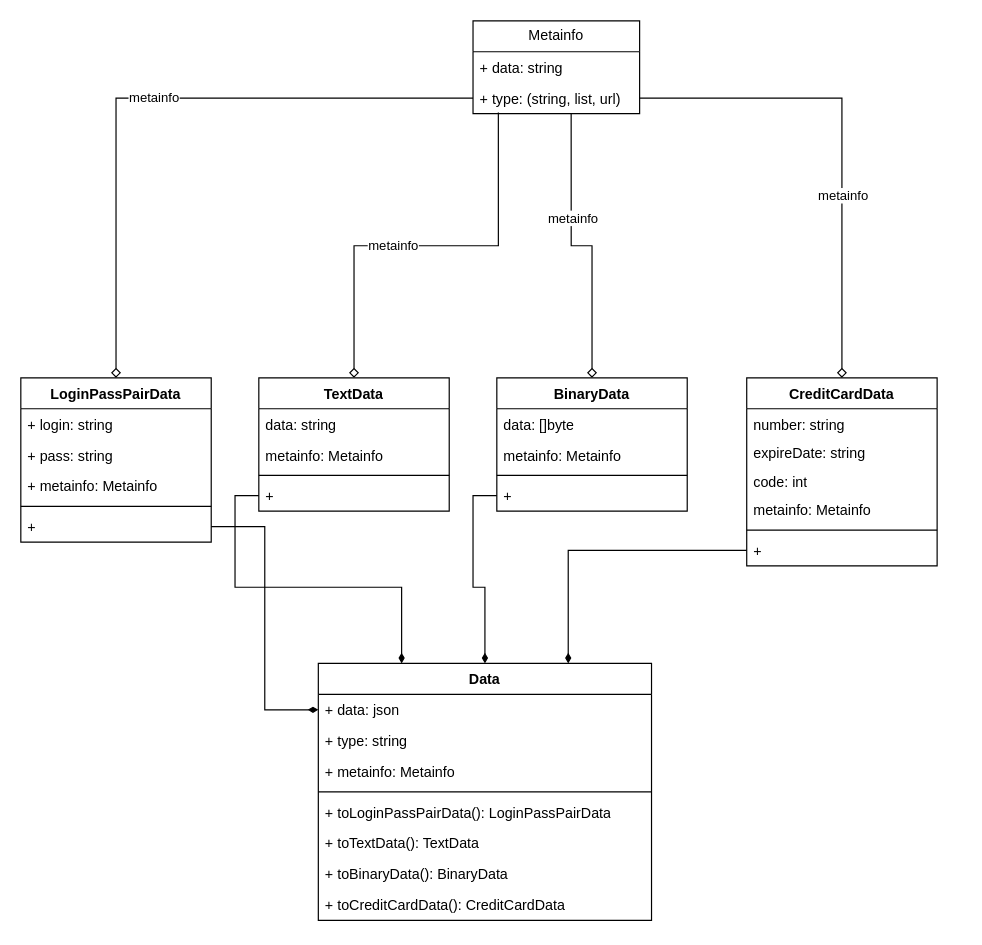
The draw.io diagram page "domain" (2 of 2) of drawio/kanban.drawio in ilya372317/keeper-pass, before the edit. Source tidied: cells renumbered, new cells numbered last; positions are measured from the earlier drawing's top-left corner, leaving out a move shared by most shapes. Both pictures are drawn from the tidied source at 119%, with x=0, y=0 at pixel (20, 20).
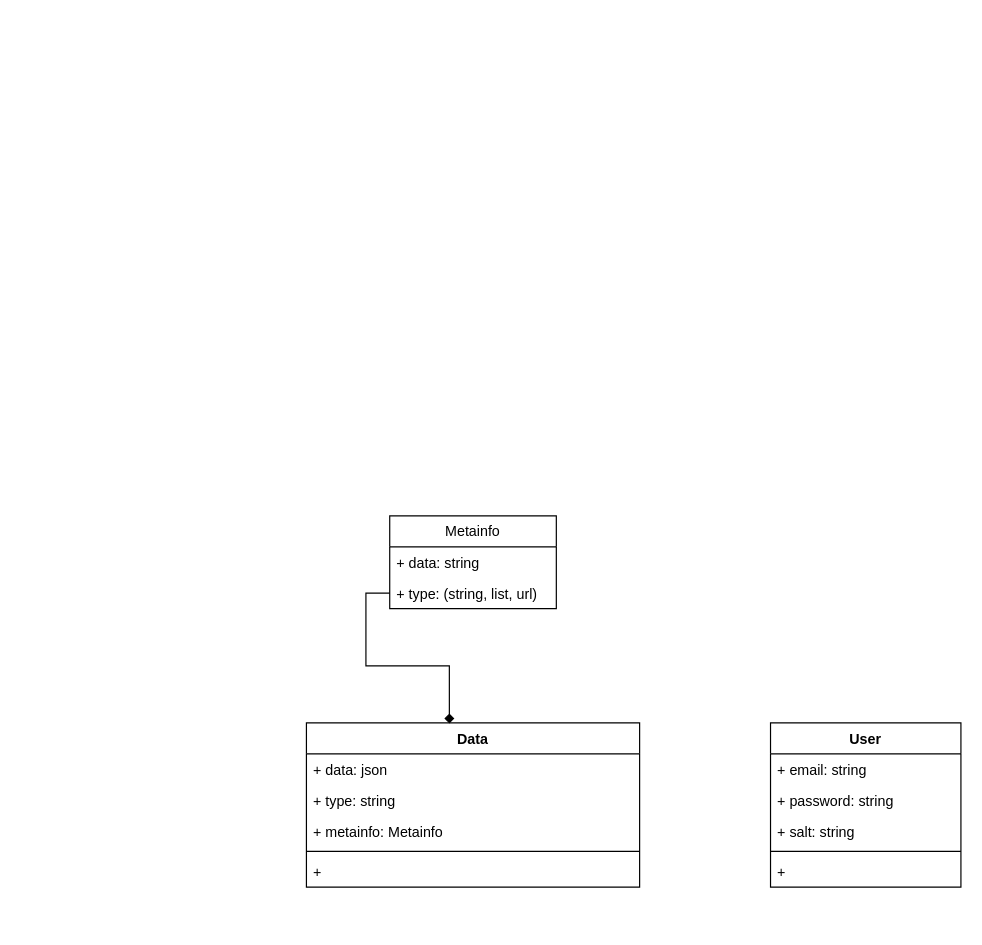
The same diagram, later.

Commit message:
feat: add user description

Unchanged cells that the change refers to:
```xml
<mxCell id="8" value="+ type: (string, list, url)" style="text;strokeColor=none;fillColor=none;align=left;verticalAlign=top;spacingLeft=4;spacingRight=4;overflow=hidden;points=[[0,0.5],[1,0.5]];portConstraint=eastwest;whiteSpace=wrap;html=1;" parent="6" vertex="1">
  <mxGeometry y="52" width="140" height="26" as="geometry" />
</mxCell>
<mxCell id="36" value="+ data: json" style="text;strokeColor=none;fillColor=none;align=left;verticalAlign=top;spacingLeft=4;spacingRight=4;overflow=hidden;points=[[0,0.5],[1,0.5]];portConstraint=eastwest;whiteSpace=wrap;html=1;" parent="35" vertex="1">
  <mxGeometry y="26" width="280" height="26" as="geometry" />
</mxCell>
```

Diff of the diagram source:
```diff
@@
-    <mxCell id="2" style="edgeStyle=orthogonalEdgeStyle;rounded=0;jettySize=auto;html=1;exitX=0.152;exitY=0.964;exitDx=0;exitDy=0;exitPerimeter=0;endArrow=diamond;endFill=0;" parent="1" edge="1" source="8" target="16">
-      <mxGeometry relative="1" as="geometry" />
-    </mxCell>
-    <mxCell id="3" value="metainfo" style="edgeLabel;html=1;align=center;verticalAlign=middle;" parent="2" vertex="1">
-      <mxGeometry x="0.17" y="-1" relative="1" as="geometry" />
-    </mxCell>
-    <mxCell id="4" style="edgeStyle=orthogonalEdgeStyle;rounded=0;jettySize=auto;html=1;entryX=0.5;entryY=0;entryDx=0;entryDy=0;exitX=0.589;exitY=1.009;exitDx=0;exitDy=0;exitPerimeter=0;endArrow=diamond;endFill=0;" parent="1" edge="1" source="8" target="21">
-      <mxGeometry relative="1" as="geometry" />
-    </mxCell>
-    <mxCell id="5" value="metainfo" style="edgeLabel;html=1;align=center;verticalAlign=middle;" parent="4" vertex="1">
-      <mxGeometry x="-0.27" y="1" relative="1" as="geometry" />
-    </mxCell>
     <mxCell id="6" value="Metainfo" style="swimlane;fontStyle=0;horizontal=1;startSize=26;fillColor=none;whiteSpace=wrap;html=1;" parent="1" vertex="1">
-      <mxGeometry x="380" width="140" height="78" as="geometry" />
+      <mxGeometry x="310" y="416" width="140" height="78" as="geometry" />
     </mxCell>
@@
-    <mxCell id="9" value="LoginPassPairData" style="swimlane;fontStyle=1;align=center;verticalAlign=top;horizontal=1;startSize=26;whiteSpace=wrap;html=1;" parent="1" vertex="1">
-      <mxGeometry y="300" width="160" height="138" as="geometry" />
-    </mxCell>
-    <mxCell id="10" value="+ login: string" style="text;strokeColor=none;fillColor=none;align=left;verticalAlign=top;spacingLeft=4;spacingRight=4;overflow=hidden;whiteSpace=wrap;html=1;" parent="9" vertex="1">
-      <mxGeometry y="26" width="160" height="26" as="geometry" />
-    </mxCell>
-    <mxCell id="11" value="+ pass: string" style="text;strokeColor=none;fillColor=none;align=left;verticalAlign=top;spacingLeft=4;spacingRight=4;overflow=hidden;whiteSpace=wrap;html=1;" parent="9" vertex="1">
-      <mxGeometry y="52" width="160" height="26" as="geometry" />
-    </mxCell>
-    <mxCell id="12" value="+ metainfo: Metainfo" style="text;strokeColor=none;fillColor=none;align=left;verticalAlign=top;spacingLeft=4;spacingRight=4;overflow=hidden;whiteSpace=wrap;html=1;" parent="9" vertex="1">
-      <mxGeometry y="78" width="160" height="26" as="geometry" />
-    </mxCell>
-    <mxCell id="13" style="line;strokeWidth=1;fillColor=none;align=left;verticalAlign=middle;spacingTop=-1;spacingLeft=3;spacingRight=3;labelPosition=right;strokeColor=inherit;" parent="9" vertex="1">
-      <mxGeometry y="104" width="160" height="8" as="geometry" />
-    </mxCell>
-    <mxCell id="14" value="+&amp;nbsp;" style="text;strokeColor=none;fillColor=none;align=left;verticalAlign=top;spacingLeft=4;spacingRight=4;overflow=hidden;points=[[0,0.5],[1,0.5]];portConstraint=eastwest;whiteSpace=wrap;html=1;" parent="9" vertex="1">
-      <mxGeometry y="112" width="160" height="26" as="geometry" />
-    </mxCell>
-    <mxCell id="15" value="metainfo" style="edgeStyle=orthogonalEdgeStyle;rounded=0;jettySize=auto;html=1;exitX=0;exitY=0.5;exitDx=0;exitDy=0;entryX=0.5;entryY=0;entryDx=0;entryDy=0;endArrow=diamond;endFill=0;" parent="1" edge="1" source="8" target="9">
-      <mxGeometry relative="1" as="geometry" />
-    </mxCell>
-    <mxCell id="16" value="TextData" style="swimlane;fontStyle=1;align=center;verticalAlign=top;horizontal=1;startSize=26;whiteSpace=wrap;html=1;" parent="1" vertex="1">
-      <mxGeometry x="200" y="300" width="160" height="112" as="geometry" />
-    </mxCell>
-    <mxCell id="17" value="data: string" style="text;strokeColor=none;fillColor=none;align=left;verticalAlign=top;spacingLeft=4;spacingRight=4;overflow=hidden;whiteSpace=wrap;html=1;" parent="16" vertex="1">
-      <mxGeometry y="26" width="160" height="26" as="geometry" />
-    </mxCell>
-    <mxCell id="18" value="metainfo: Metainfo" style="text;strokeColor=none;fillColor=none;align=left;verticalAlign=top;spacingLeft=4;spacingRight=4;overflow=hidden;whiteSpace=wrap;html=1;" parent="16" vertex="1">
-      <mxGeometry y="52" width="160" height="26" as="geometry" />
-    </mxCell>
-    <mxCell id="19" style="line;strokeWidth=1;fillColor=none;align=left;verticalAlign=middle;spacingTop=-1;spacingLeft=3;spacingRight=3;labelPosition=right;strokeColor=inherit;" parent="16" vertex="1">
-      <mxGeometry y="78" width="160" height="8" as="geometry" />
-    </mxCell>
-    <mxCell id="20" value="+" style="text;strokeColor=none;fillColor=none;align=left;verticalAlign=top;spacingLeft=4;spacingRight=4;overflow=hidden;points=[[0,0.5],[1,0.5]];portConstraint=eastwest;whiteSpace=wrap;html=1;" parent="16" vertex="1">
-      <mxGeometry y="86" width="160" height="26" as="geometry" />
-    </mxCell>
-    <mxCell id="21" value="BinaryData" style="swimlane;fontStyle=1;align=center;verticalAlign=top;horizontal=1;startSize=26;whiteSpace=wrap;html=1;" parent="1" vertex="1">
-      <mxGeometry x="400" y="300" width="160" height="112" as="geometry" />
-    </mxCell>
-    <mxCell id="22" value="data: []byte" style="text;strokeColor=none;fillColor=none;align=left;verticalAlign=top;spacingLeft=4;spacingRight=4;overflow=hidden;whiteSpace=wrap;html=1;" parent="21" vertex="1">
-      <mxGeometry y="26" width="160" height="26" as="geometry" />
-    </mxCell>
-    <mxCell id="23" value="metainfo: Metainfo" style="text;strokeColor=none;fillColor=none;align=left;verticalAlign=top;spacingLeft=4;spacingRight=4;overflow=hidden;whiteSpace=wrap;html=1;" parent="21" vertex="1">
-      <mxGeometry y="52" width="160" height="26" as="geometry" />
-    </mxCell>
-    <mxCell id="24" style="line;strokeWidth=1;fillColor=none;align=left;verticalAlign=middle;spacingTop=-1;spacingLeft=3;spacingRight=3;labelPosition=right;strokeColor=inherit;" parent="21" vertex="1">
-      <mxGeometry y="78" width="160" height="8" as="geometry" />
-    </mxCell>
-    <mxCell id="25" value="+" style="text;strokeColor=none;fillColor=none;align=left;verticalAlign=top;spacingLeft=4;spacingRight=4;overflow=hidden;points=[[0,0.5],[1,0.5]];portConstraint=eastwest;whiteSpace=wrap;html=1;" parent="21" vertex="1">
-      <mxGeometry y="86" width="160" height="26" as="geometry" />
-    </mxCell>
-    <mxCell id="26" value="CreditCardData" style="swimlane;fontStyle=1;align=center;verticalAlign=top;horizontal=1;startSize=26;whiteSpace=wrap;html=1;" parent="1" vertex="1">
-      <mxGeometry x="610" y="300" width="160" height="158" as="geometry" />
-    </mxCell>
-    <mxCell id="27" value="number: string" style="text;strokeColor=none;fillColor=none;align=left;verticalAlign=top;spacingLeft=4;spacingRight=4;overflow=hidden;whiteSpace=wrap;html=1;" parent="26" vertex="1">
-      <mxGeometry y="26" width="160" height="24" as="geometry" />
-    </mxCell>
-    <mxCell id="28" value="expireDate: string" style="text;strokeColor=none;fillColor=none;align=left;verticalAlign=top;spacingLeft=4;spacingRight=4;overflow=hidden;whiteSpace=wrap;html=1;" parent="26" vertex="1">
-      <mxGeometry y="50" width="160" height="24" as="geometry" />
-    </mxCell>
-    <mxCell id="29" value="code: int" style="text;strokeColor=none;fillColor=none;align=left;verticalAlign=top;spacingLeft=4;spacingRight=4;overflow=hidden;whiteSpace=wrap;html=1;" parent="26" vertex="1">
-      <mxGeometry y="74" width="160" height="24" as="geometry" />
-    </mxCell>
-    <mxCell id="30" value="metainfo: Metainfo" style="text;strokeColor=none;fillColor=none;align=left;verticalAlign=top;spacingLeft=4;spacingRight=4;overflow=hidden;whiteSpace=wrap;html=1;" parent="26" vertex="1">
-      <mxGeometry y="98" width="160" height="26" as="geometry" />
-    </mxCell>
-    <mxCell id="31" style="line;strokeWidth=1;fillColor=none;align=left;verticalAlign=middle;spacingTop=-1;spacingLeft=3;spacingRight=3;labelPosition=right;strokeColor=inherit;" parent="26" vertex="1">
-      <mxGeometry y="124" width="160" height="8" as="geometry" />
-    </mxCell>
-    <mxCell id="32" value="+" style="text;strokeColor=none;fillColor=none;align=left;verticalAlign=top;spacingLeft=4;spacingRight=4;overflow=hidden;points=[[0,0.5],[1,0.5]];portConstraint=eastwest;whiteSpace=wrap;html=1;" parent="26" vertex="1">
-      <mxGeometry y="132" width="160" height="26" as="geometry" />
-    </mxCell>
-    <mxCell id="33" style="edgeStyle=orthogonalEdgeStyle;rounded=0;jettySize=auto;html=1;exitX=1;exitY=0.5;exitDx=0;exitDy=0;entryX=0.5;entryY=0;entryDx=0;entryDy=0;endArrow=diamond;endFill=0;" parent="1" edge="1" source="8" target="26">
-      <mxGeometry relative="1" as="geometry" />
-    </mxCell>
-    <mxCell id="34" value="metainfo" style="edgeLabel;html=1;align=center;verticalAlign=middle;" parent="33" vertex="1">
-      <mxGeometry x="0.24" relative="1" as="geometry" />
-    </mxCell>
     <mxCell id="35" value="Data" style="swimlane;fontStyle=1;align=center;verticalAlign=top;horizontal=1;startSize=26;whiteSpace=wrap;html=1;" parent="1" vertex="1">
-      <mxGeometry x="250" y="540" width="280" height="216" as="geometry" />
+      <mxGeometry x="240" y="590" width="280" height="138" as="geometry" />
     </mxCell>
@@
-    <mxCell id="40" value="+ toLoginPassPairData(): LoginPassPairData" style="text;strokeColor=none;fillColor=none;align=left;verticalAlign=top;spacingLeft=4;spacingRight=4;overflow=hidden;whiteSpace=wrap;html=1;" parent="35" vertex="1">
-      <mxGeometry y="112" width="280" height="26" as="geometry" />
-    </mxCell>
-    <mxCell id="41" value="+ toTextData(): TextData" style="text;strokeColor=none;fillColor=none;align=left;verticalAlign=top;spacingLeft=4;spacingRight=4;overflow=hidden;whiteSpace=wrap;html=1;" parent="35" vertex="1">
-      <mxGeometry y="138" width="280" height="26" as="geometry" />
-    </mxCell>
-    <mxCell id="42" value="+ toBinaryData(): BinaryData" style="text;strokeColor=none;fillColor=none;align=left;verticalAlign=top;spacingLeft=4;spacingRight=4;overflow=hidden;whiteSpace=wrap;html=1;" parent="35" vertex="1">
-      <mxGeometry y="164" width="280" height="26" as="geometry" />
-    </mxCell>
-    <mxCell id="43" value="+ toCreditCardData(): CreditCardData" style="text;strokeColor=none;fillColor=none;align=left;verticalAlign=top;spacingLeft=4;spacingRight=4;overflow=hidden;whiteSpace=wrap;html=1;" parent="35" vertex="1">
-      <mxGeometry y="190" width="280" height="26" as="geometry" />
+    <mxCell id="43" value="+" style="text;strokeColor=none;fillColor=none;align=left;verticalAlign=top;spacingLeft=4;spacingRight=4;overflow=hidden;whiteSpace=wrap;html=1;" parent="35" vertex="1">
+      <mxGeometry y="112" width="280" height="26" as="geometry" />
     </mxCell>
-    <mxCell id="44" style="edgeStyle=orthogonalEdgeStyle;rounded=0;jettySize=auto;html=1;exitX=1;exitY=0.5;exitDx=0;exitDy=0;entryX=0;entryY=0.5;entryDx=0;entryDy=0;endArrow=diamondThin;endFill=1;" parent="1" edge="1" source="14" target="36">
-      <mxGeometry relative="1" as="geometry" />
-    </mxCell>
-    <mxCell id="45" style="edgeStyle=orthogonalEdgeStyle;rounded=0;jettySize=auto;html=1;exitX=0;exitY=0.5;exitDx=0;exitDy=0;entryX=0.25;entryY=0;entryDx=0;entryDy=0;endArrow=diamondThin;endFill=1;" parent="1" edge="1" source="20" target="35">
-      <mxGeometry relative="1" as="geometry" />
-    </mxCell>
-    <mxCell id="46" style="edgeStyle=orthogonalEdgeStyle;rounded=0;jettySize=auto;html=1;exitX=0;exitY=0.5;exitDx=0;exitDy=0;entryX=0.5;entryY=0;entryDx=0;entryDy=0;endArrow=diamondThin;endFill=1;" parent="1" edge="1" source="25" target="35">
-      <mxGeometry relative="1" as="geometry" />
-    </mxCell>
-    <mxCell id="47" style="edgeStyle=orthogonalEdgeStyle;rounded=0;jettySize=auto;html=1;exitX=0;exitY=0.5;exitDx=0;exitDy=0;entryX=0.75;entryY=0;entryDx=0;entryDy=0;endArrow=diamondThin;endFill=1;" parent="1" edge="1" source="32" target="35">
-      <mxGeometry relative="1" as="geometry" />
-    </mxCell>
+    <mxCell id="48" style="edgeStyle=orthogonalEdgeStyle;rounded=0;jettySize=auto;html=1;exitX=0;exitY=0.5;exitDx=0;exitDy=0;entryX=0.429;entryY=0.003;entryDx=0;entryDy=0;entryPerimeter=0;endArrow=diamond;endFill=1;" parent="1" edge="1" source="8" target="35">
+      <mxGeometry relative="1" as="geometry" />
+    </mxCell>
+    <mxCell id="49" value="User" style="swimlane;fontStyle=1;align=center;verticalAlign=top;horizontal=1;startSize=26;whiteSpace=wrap;html=1;" parent="1" vertex="1">
+      <mxGeometry x="630" y="590" width="160" height="138" as="geometry" />
+    </mxCell>
+    <mxCell id="50" value="+ email: string" style="text;strokeColor=none;fillColor=none;align=left;verticalAlign=top;spacingLeft=4;spacingRight=4;overflow=hidden;whiteSpace=wrap;html=1;" parent="49" vertex="1">
+      <mxGeometry y="26" width="160" height="26" as="geometry" />
+    </mxCell>
+    <mxCell id="51" value="+ password: string" style="text;strokeColor=none;fillColor=none;align=left;verticalAlign=top;spacingLeft=4;spacingRight=4;overflow=hidden;whiteSpace=wrap;html=1;" parent="49" vertex="1">
+      <mxGeometry y="52" width="160" height="26" as="geometry" />
+    </mxCell>
+    <mxCell id="52" value="+ salt: string" style="text;strokeColor=none;fillColor=none;align=left;verticalAlign=top;spacingLeft=4;spacingRight=4;overflow=hidden;whiteSpace=wrap;html=1;" parent="49" vertex="1">
+      <mxGeometry y="78" width="160" height="26" as="geometry" />
+    </mxCell>
+    <mxCell id="13" style="line;strokeWidth=1;fillColor=none;align=left;verticalAlign=middle;spacingTop=-1;spacingLeft=3;spacingRight=3;labelPosition=right;strokeColor=inherit;" parent="49" vertex="1">
+      <mxGeometry y="104" width="160" height="8" as="geometry" />
+    </mxCell>
+    <mxCell id="14" value="+&amp;nbsp;" style="text;strokeColor=none;fillColor=none;align=left;verticalAlign=top;spacingLeft=4;spacingRight=4;overflow=hidden;points=[[0,0.5],[1,0.5]];portConstraint=eastwest;whiteSpace=wrap;html=1;" parent="49" vertex="1">
+      <mxGeometry y="112" width="160" height="26" as="geometry" />
+    </mxCell>
```
